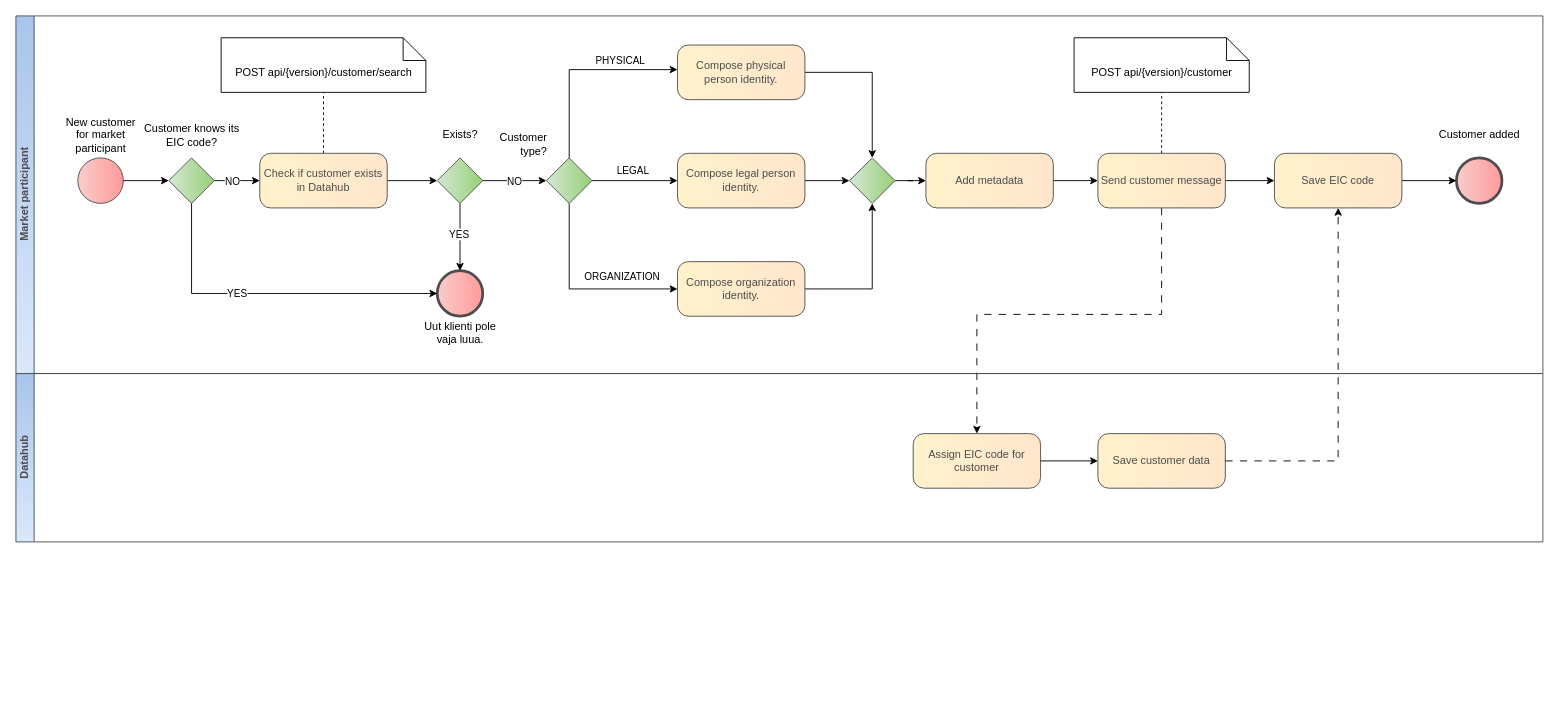
Above: page "Register customer" (3 of 4) of diagrams/customer-management/customer-management.drawio in Elering/estfeed-datahub-docs (draw.io), before the change. Source tidied: cells renumbered, new cells numbered last; positions are measured from the earlier drawing's top-left corner, leaving out a move shared by most shapes. Both pictures are drawn from the tidied source at 91%, with x=0, y=0 at pixel (15, 8).
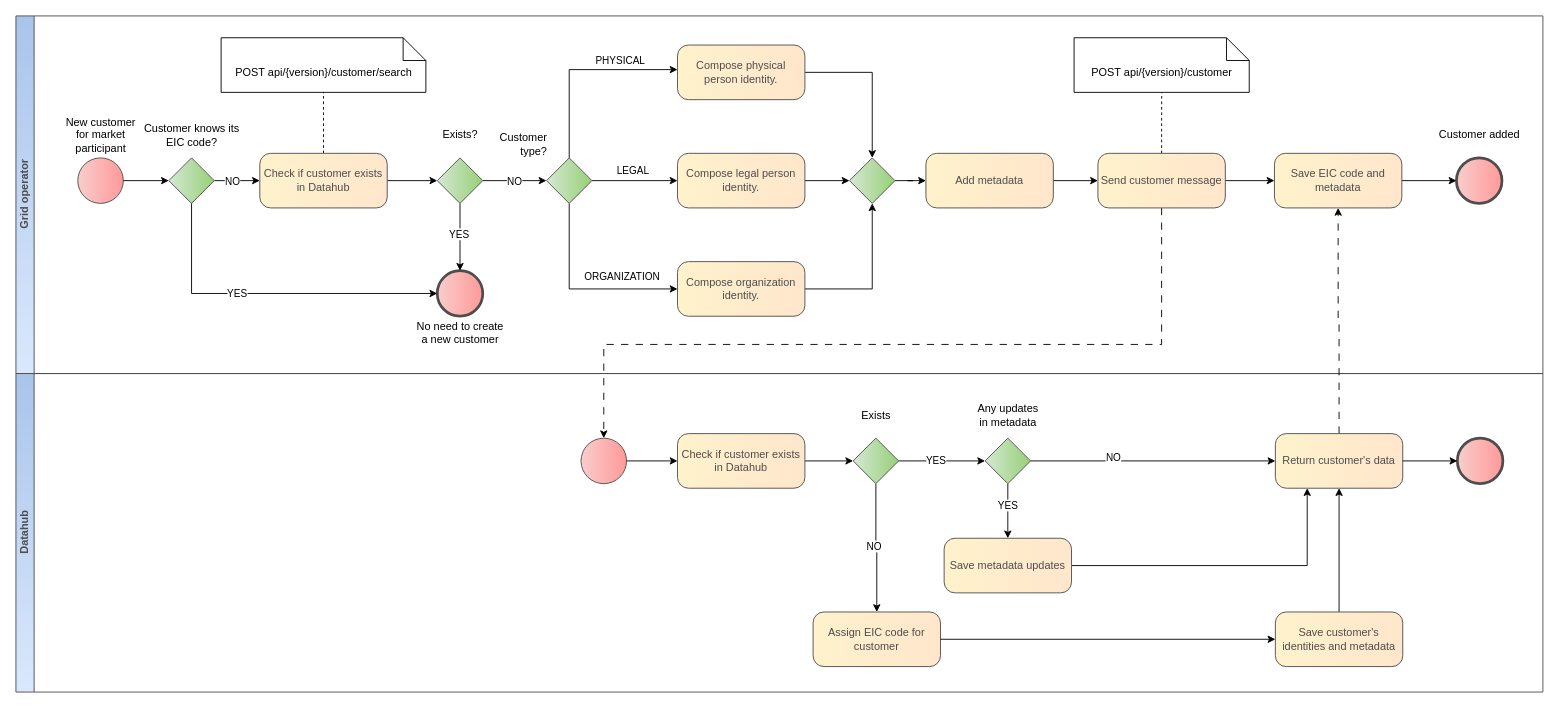
After the change.

The change refers to these unchanged cells:
```xml
<mxCell id="44" value="Send customer message" style="rounded=1;whiteSpace=wrap;html=1;arcSize=20;fillColor=#fff2cc;strokeColor=#4D4D4D;shadow=0;fontColor=#4D4D4D;gradientColor=#FFE6CC;gradientDirection=east;glass=0;backgroundOutline=0;enumerate=0;labelBackgroundColor=none;labelBorderColor=none;strokeWidth=1;" parent="1" vertex="1">
  <mxGeometry x="1189" y="159" width="140" height="60" as="geometry" />
</mxCell>
```

Diff of the diagram source:
```diff
@@
-    <mxCell id="19" value="Uut klienti pole &lt;br&gt;vaja luua." style="points=[[0.145,0.145,0],[0.5,0,0],[0.855,0.145,0],[1,0.5,0],[0.855,0.855,0],[0.5,1,0],[0.145,0.855,0],[0,0.5,0]];shape=mxgraph.bpmn.event;html=1;verticalLabelPosition=bottom;labelBackgroundColor=#ffffff;verticalAlign=top;align=center;perimeter=ellipsePerimeter;outlineConnect=0;outline=end;symbol=terminate2;fontFamily=Helvetica;fontSize=12;fontColor=#000000;fillColor=#f8cecc;strokeColor=#4D4D4D;rounded=1;shadow=0;strokeWidth=1;gradientColor=#FF9999;gradientDirection=east;spacing=0;spacingTop=0;spacingLeft=0;spacingBottom=0;labelPosition=center;" parent="1" vertex="1">
+    <mxCell id="19" value="No need to create&lt;br&gt;a new customer" style="points=[[0.145,0.145,0],[0.5,0,0],[0.855,0.145,0],[1,0.5,0],[0.855,0.855,0],[0.5,1,0],[0.145,0.855,0],[0,0.5,0]];shape=mxgraph.bpmn.event;html=1;verticalLabelPosition=bottom;labelBackgroundColor=#ffffff;verticalAlign=top;align=center;perimeter=ellipsePerimeter;outlineConnect=0;outline=end;symbol=terminate2;fontFamily=Helvetica;fontSize=12;fontColor=#000000;fillColor=#f8cecc;strokeColor=#4D4D4D;rounded=1;shadow=0;strokeWidth=1;gradientColor=#FF9999;gradientDirection=east;spacing=0;spacingTop=0;spacingLeft=0;spacingBottom=0;labelPosition=center;" parent="1" vertex="1">
       <mxGeometry x="463" y="288" width="50" height="50" as="geometry" />
     </mxCell>
@@
-    <mxCell id="43" style="edgeStyle=orthogonalEdgeStyle;rounded=0;jettySize=auto;html=1;entryX=0.5;entryY=0;entryDx=0;entryDy=0;dashed=1;dashPattern=8 8;" parent="1" edge="1" source="44" target="50">
+    <mxCell id="43" style="edgeStyle=orthogonalEdgeStyle;rounded=0;jettySize=auto;html=1;entryX=0.5;entryY=0;entryDx=0;entryDy=0;dashed=1;dashPattern=8 8;entryPerimeter=0;" parent="1" edge="1" source="44" target="55">
       <mxGeometry relative="1" as="geometry">
         <Array as="points">
-          <mxPoint x="1259" y="336" />
-          <mxPoint x="1056" y="336" />
+          <mxPoint x="1259" y="369" />
+          <mxPoint x="646" y="369" />
         </Array>
       </mxGeometry>
     </mxCell>
@@
-    <mxCell id="46" value="Save EIC code" style="rounded=1;whiteSpace=wrap;html=1;arcSize=20;fillColor=#fff2cc;strokeColor=#4D4D4D;shadow=0;fontColor=#4D4D4D;gradientColor=#FFE6CC;gradientDirection=east;glass=0;backgroundOutline=0;enumerate=0;labelBackgroundColor=none;labelBorderColor=none;strokeWidth=1;" parent="1" vertex="1">
+    <mxCell id="46" value="Save EIC code and metadata" style="rounded=1;whiteSpace=wrap;html=1;arcSize=20;fillColor=#fff2cc;strokeColor=#4D4D4D;shadow=0;fontColor=#4D4D4D;gradientColor=#FFE6CC;gradientDirection=east;glass=0;backgroundOutline=0;enumerate=0;labelBackgroundColor=none;labelBorderColor=none;strokeWidth=1;" parent="1" vertex="1">
       <mxGeometry x="1383" y="159" width="140" height="60" as="geometry" />
     </mxCell>
-    <mxCell id="47" value="Market participant" style="swimlane;html=1;horizontal=0;startSize=20;strokeColor=#4D4D4D;fillColor=#dae8fc;fontColor=#4D4D4D;gradientColor=#A9C4EB;gradientDirection=north;rotation=0;" parent="1" vertex="1">
+    <mxCell id="47" value="Grid operator" style="swimlane;html=1;horizontal=0;startSize=20;strokeColor=#4D4D4D;fillColor=#dae8fc;fontColor=#4D4D4D;gradientColor=#A9C4EB;gradientDirection=north;rotation=0;" parent="1" vertex="1">
       <mxGeometry y="8" width="1678" height="393" as="geometry" />
     </mxCell>
@@
     <mxCell id="49" value="Datahub" style="swimlane;html=1;horizontal=0;startSize=20;strokeColor=#4D4D4D;fillColor=#dae8fc;fontColor=#4D4D4D;gradientColor=#A9C4EB;gradientDirection=north;rotation=0;" parent="1" vertex="1">
-      <mxGeometry y="401" width="1678" height="185" as="geometry" />
+      <mxGeometry y="401" width="1678" height="350" as="geometry" />
     </mxCell>
+    <mxCell id="53" style="edgeStyle=orthogonalEdgeStyle;rounded=0;jettySize=auto;html=1;entryX=0.5;entryY=1;entryDx=0;entryDy=0;dashed=1;dashPattern=8 8;exitX=0.5;exitY=0;exitDx=0;exitDy=0;" parent="1" edge="1" source="73" target="46">
+      <mxGeometry relative="1" as="geometry" />
+    </mxCell>
+    <mxCell id="54" style="edgeStyle=orthogonalEdgeStyle;rounded=0;jettySize=auto;html=1;entryX=0;entryY=0.5;entryDx=0;entryDy=0;" parent="1" edge="1" source="55" target="65">
+      <mxGeometry relative="1" as="geometry" />
+    </mxCell>
+    <mxCell id="55" style="points=[[0.145,0.145,0],[0.5,0,0],[0.855,0.145,0],[1,0.5,0],[0.855,0.855,0],[0.5,1,0],[0.145,0.855,0],[0,0.5,0]];shape=mxgraph.bpmn.event;html=1;verticalLabelPosition=bottom;labelBackgroundColor=#ffffff;verticalAlign=bottom;align=center;perimeter=ellipsePerimeter;outlineConnect=0;outline=standard;symbol=general;fontFamily=Helvetica;fontSize=12;fontColor=#4D4D4D;fillColor=#f8cecc;strokeColor=#4D4D4D;rounded=1;shadow=0;strokeWidth=1;gradientColor=#FF9999;gradientDirection=east;" parent="1" vertex="1">
+      <mxGeometry x="621" y="472" width="50" height="50" as="geometry" />
+    </mxCell>
-    <mxCell id="50" value="Assign EIC code for customer" style="rounded=1;whiteSpace=wrap;html=1;arcSize=20;fillColor=#fff2cc;strokeColor=#4D4D4D;shadow=0;fontColor=#4D4D4D;gradientColor=#FFE6CC;gradientDirection=east;glass=0;backgroundOutline=0;enumerate=0;labelBackgroundColor=none;labelBorderColor=none;strokeWidth=1;" parent="49" vertex="1">
-      <mxGeometry x="986" y="66" width="140" height="60" as="geometry" />
+    <mxCell id="50" value="Assign EIC code for customer" style="rounded=1;whiteSpace=wrap;html=1;arcSize=20;fillColor=#fff2cc;strokeColor=#4D4D4D;shadow=0;fontColor=#4D4D4D;gradientColor=#FFE6CC;gradientDirection=east;glass=0;backgroundOutline=0;enumerate=0;labelBackgroundColor=none;labelBorderColor=none;strokeWidth=1;" parent="1" vertex="1">
+      <mxGeometry x="876" y="663" width="140" height="60" as="geometry" />
     </mxCell>
-    <mxCell id="51" value="Save customer data" style="rounded=1;whiteSpace=wrap;html=1;arcSize=20;fillColor=#fff2cc;strokeColor=#4D4D4D;shadow=0;fontColor=#4D4D4D;gradientColor=#FFE6CC;gradientDirection=east;glass=0;backgroundOutline=0;enumerate=0;labelBackgroundColor=none;labelBorderColor=none;strokeWidth=1;" parent="49" vertex="1">
-      <mxGeometry x="1189" y="66" width="140" height="60" as="geometry" />
-    </mxCell>
-    <mxCell id="52" style="edgeStyle=orthogonalEdgeStyle;rounded=0;jettySize=auto;html=1;" parent="49" edge="1" source="50" target="51">
-      <mxGeometry relative="1" as="geometry" />
-    </mxCell>
-    <mxCell id="53" style="edgeStyle=orthogonalEdgeStyle;rounded=0;jettySize=auto;html=1;entryX=0.5;entryY=1;entryDx=0;entryDy=0;dashed=1;dashPattern=8 8;" parent="1" edge="1" source="51" target="46">
-      <mxGeometry relative="1" as="geometry" />
-    </mxCell>
+    <mxCell id="56" style="edgeStyle=orthogonalEdgeStyle;rounded=0;jettySize=auto;html=1;entryX=0.5;entryY=1;entryDx=0;entryDy=0;" parent="1" edge="1" source="57" target="73">
+      <mxGeometry relative="1" as="geometry" />
+    </mxCell>
+    <mxCell id="57" value="Save customer's identities and metadata" style="rounded=1;whiteSpace=wrap;html=1;arcSize=20;fillColor=#fff2cc;strokeColor=#4D4D4D;shadow=0;fontColor=#4D4D4D;gradientColor=#FFE6CC;gradientDirection=east;glass=0;backgroundOutline=0;enumerate=0;labelBackgroundColor=none;labelBorderColor=none;strokeWidth=1;" parent="1" vertex="1">
+      <mxGeometry x="1384" y="663" width="140" height="60" as="geometry" />
+    </mxCell>
+    <mxCell id="58" style="edgeStyle=orthogonalEdgeStyle;rounded=0;jettySize=auto;html=1;" parent="1" edge="1" source="50" target="57">
+      <mxGeometry relative="1" as="geometry" />
+    </mxCell>
+    <mxCell id="59" style="edgeStyle=orthogonalEdgeStyle;rounded=0;jettySize=auto;html=1;entryX=0.5;entryY=0;entryDx=0;entryDy=0;" parent="1" edge="1" source="63" target="50">
+      <mxGeometry relative="1" as="geometry" />
+    </mxCell>
+    <mxCell id="60" value="NO" style="edgeLabel;html=1;align=center;verticalAlign=middle;" parent="59" vertex="1">
+      <mxGeometry x="-0.04" y="-3" relative="1" as="geometry" />
+    </mxCell>
+    <mxCell id="61" style="edgeStyle=orthogonalEdgeStyle;rounded=0;jettySize=auto;html=1;" parent="1" edge="1" source="63" target="70">
+      <mxGeometry relative="1" as="geometry" />
+    </mxCell>
+    <mxCell id="62" value="YES" style="edgeLabel;html=1;align=center;verticalAlign=middle;" parent="61" vertex="1">
+      <mxGeometry x="-0.16" y="1" relative="1" as="geometry" />
+    </mxCell>
+    <mxCell id="63" value="Exists" style="points=[[0.25,0.25,0],[0.5,0,0],[0.75,0.25,0],[1,0.5,0],[0.75,0.75,0],[0.5,1,0],[0.25,0.75,0],[0,0.5,0]];shape=mxgraph.bpmn.gateway2;html=1;verticalLabelPosition=top;labelBackgroundColor=#ffffff;verticalAlign=middle;align=center;perimeter=rhombusPerimeter;outlineConnect=0;outline=none;symbol=none;fontFamily=Helvetica;fontSize=12;fontColor=#000000;fillColor=#D5E8D4;strokeColor=#4D4D4D;rounded=0;shadow=0;gradientColor=#97D077;gradientDirection=east;spacing=0;labelPosition=center;" parent="1" vertex="1">
+      <mxGeometry x="920" y="472" width="50" height="50" as="geometry" />
+    </mxCell>
+    <mxCell id="64" style="edgeStyle=orthogonalEdgeStyle;rounded=0;jettySize=auto;html=1;" parent="1" edge="1" source="65" target="63">
+      <mxGeometry relative="1" as="geometry" />
+    </mxCell>
+    <mxCell id="65" value="Check if customer exists in Datahub" style="rounded=1;whiteSpace=wrap;html=1;arcSize=20;fillColor=#fff2cc;strokeColor=#4D4D4D;shadow=0;fontColor=#4D4D4D;gradientColor=#FFE6CC;gradientDirection=east;glass=0;backgroundOutline=0;enumerate=0;labelBackgroundColor=none;labelBorderColor=none;strokeWidth=1;" parent="1" vertex="1">
+      <mxGeometry x="727" y="467" width="140" height="60" as="geometry" />
+    </mxCell>
+    <mxCell id="66" style="edgeStyle=orthogonalEdgeStyle;rounded=0;jettySize=auto;html=1;entryX=0.5;entryY=0;entryDx=0;entryDy=0;" parent="1" edge="1" source="70" target="72">
+      <mxGeometry relative="1" as="geometry" />
+    </mxCell>
+    <mxCell id="67" value="YES" style="edgeLabel;html=1;align=center;verticalAlign=middle;" parent="66" vertex="1">
+      <mxGeometry x="-0.25" y="-1" relative="1" as="geometry" />
+    </mxCell>
+    <mxCell id="68" style="edgeStyle=orthogonalEdgeStyle;rounded=0;jettySize=auto;html=1;entryX=0;entryY=0.5;entryDx=0;entryDy=0;" parent="1" edge="1" source="70" target="73">
+      <mxGeometry relative="1" as="geometry" />
+    </mxCell>
+    <mxCell id="69" value="NO" style="edgeLabel;html=1;align=center;verticalAlign=middle;" parent="68" vertex="1">
+      <mxGeometry x="-0.33" y="4" relative="1" as="geometry" />
+    </mxCell>
+    <mxCell id="70" value="Any updates&lt;br&gt;in metadata" style="points=[[0.25,0.25,0],[0.5,0,0],[0.75,0.25,0],[1,0.5,0],[0.75,0.75,0],[0.5,1,0],[0.25,0.75,0],[0,0.5,0]];shape=mxgraph.bpmn.gateway2;html=1;verticalLabelPosition=top;labelBackgroundColor=#ffffff;verticalAlign=middle;align=center;perimeter=rhombusPerimeter;outlineConnect=0;outline=none;symbol=none;fontFamily=Helvetica;fontSize=12;fontColor=#000000;fillColor=#D5E8D4;strokeColor=#4D4D4D;rounded=0;shadow=0;gradientColor=#97D077;gradientDirection=east;spacing=0;labelPosition=center;" parent="1" vertex="1">
+      <mxGeometry x="1065" y="472" width="50" height="50" as="geometry" />
+    </mxCell>
+    <mxCell id="71" style="edgeStyle=orthogonalEdgeStyle;rounded=0;jettySize=auto;html=1;entryX=0.25;entryY=1;entryDx=0;entryDy=0;" parent="1" edge="1" source="72" target="73">
+      <mxGeometry relative="1" as="geometry" />
+    </mxCell>
+    <mxCell id="72" value="Save metadata updates" style="rounded=1;whiteSpace=wrap;html=1;arcSize=20;fillColor=#fff2cc;strokeColor=#4D4D4D;shadow=0;fontColor=#4D4D4D;gradientColor=#FFE6CC;gradientDirection=east;glass=0;backgroundOutline=0;enumerate=0;labelBackgroundColor=none;labelBorderColor=none;strokeWidth=1;" parent="1" vertex="1">
+      <mxGeometry x="1020" y="582" width="140" height="60" as="geometry" />
+    </mxCell>
+    <mxCell id="73" value="Return customer's data" style="rounded=1;whiteSpace=wrap;html=1;arcSize=20;fillColor=#fff2cc;strokeColor=#4D4D4D;shadow=0;fontColor=#4D4D4D;gradientColor=#FFE6CC;gradientDirection=east;glass=0;backgroundOutline=0;enumerate=0;labelBackgroundColor=none;labelBorderColor=none;strokeWidth=1;" parent="1" vertex="1">
+      <mxGeometry x="1384" y="467" width="140" height="60" as="geometry" />
+    </mxCell>
+    <mxCell id="74" style="points=[[0.145,0.145,0],[0.5,0,0],[0.855,0.145,0],[1,0.5,0],[0.855,0.855,0],[0.5,1,0],[0.145,0.855,0],[0,0.5,0]];shape=mxgraph.bpmn.event;html=1;verticalLabelPosition=top;labelBackgroundColor=#ffffff;verticalAlign=middle;align=center;perimeter=ellipsePerimeter;outlineConnect=0;outline=end;symbol=terminate2;fontFamily=Helvetica;fontSize=12;fontColor=#000000;fillColor=#f8cecc;strokeColor=#4D4D4D;rounded=1;shadow=0;strokeWidth=1;gradientColor=#FF9999;gradientDirection=east;spacing=0;spacingTop=0;spacingLeft=0;spacingBottom=0;labelPosition=center;" parent="1" vertex="1">
+      <mxGeometry x="1584" y="472" width="50" height="50" as="geometry" />
+    </mxCell>
+    <mxCell id="75" style="edgeStyle=orthogonalEdgeStyle;rounded=0;jettySize=auto;html=1;entryX=0;entryY=0.5;entryDx=0;entryDy=0;entryPerimeter=0;" parent="1" edge="1" source="73" target="74">
+      <mxGeometry relative="1" as="geometry" />
+    </mxCell>
```
